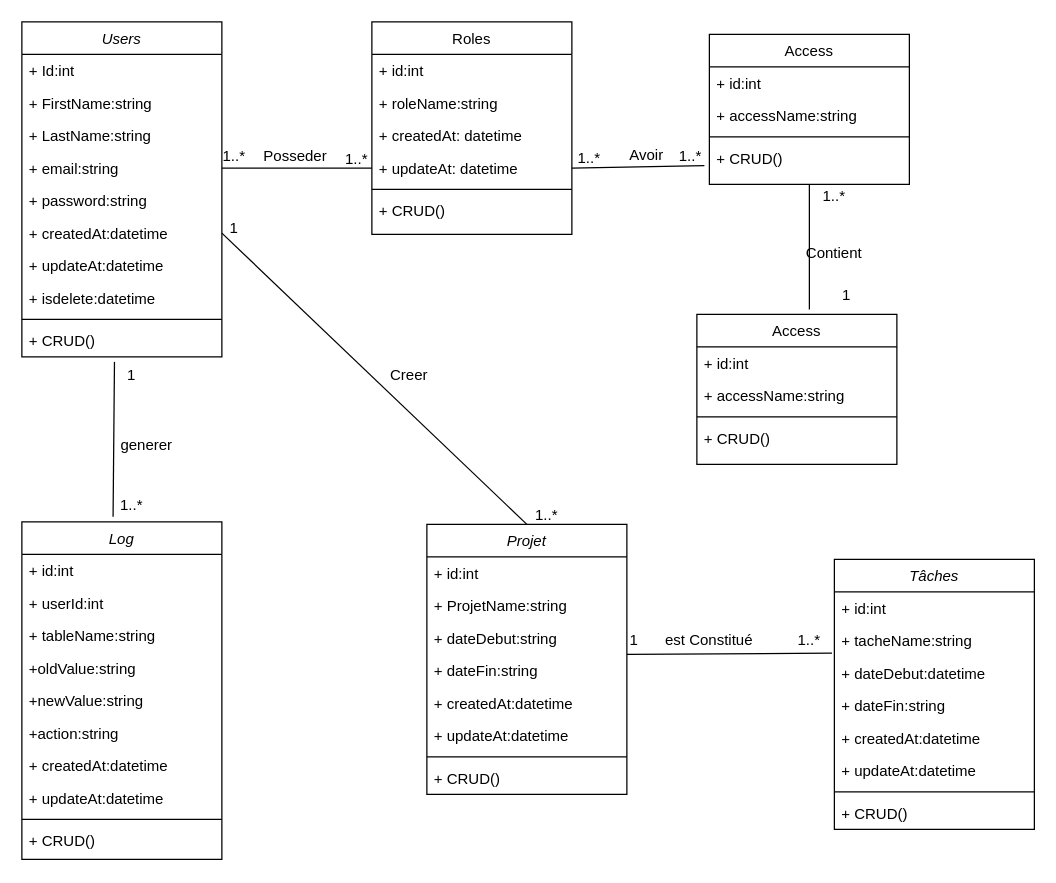
manuellaDouanla/symfonychat keeps this draw.io diagram as Diagramme sans nom.drawio. Above is the earlier version. Source tidied: cells renumbered, new cells numbered last; positions are measured from the earlier drawing's top-left corner, leaving out a move shared by most shapes. Both pictures are drawn from the tidied source at 125%, with x=0, y=0 at pixel (21, 21).
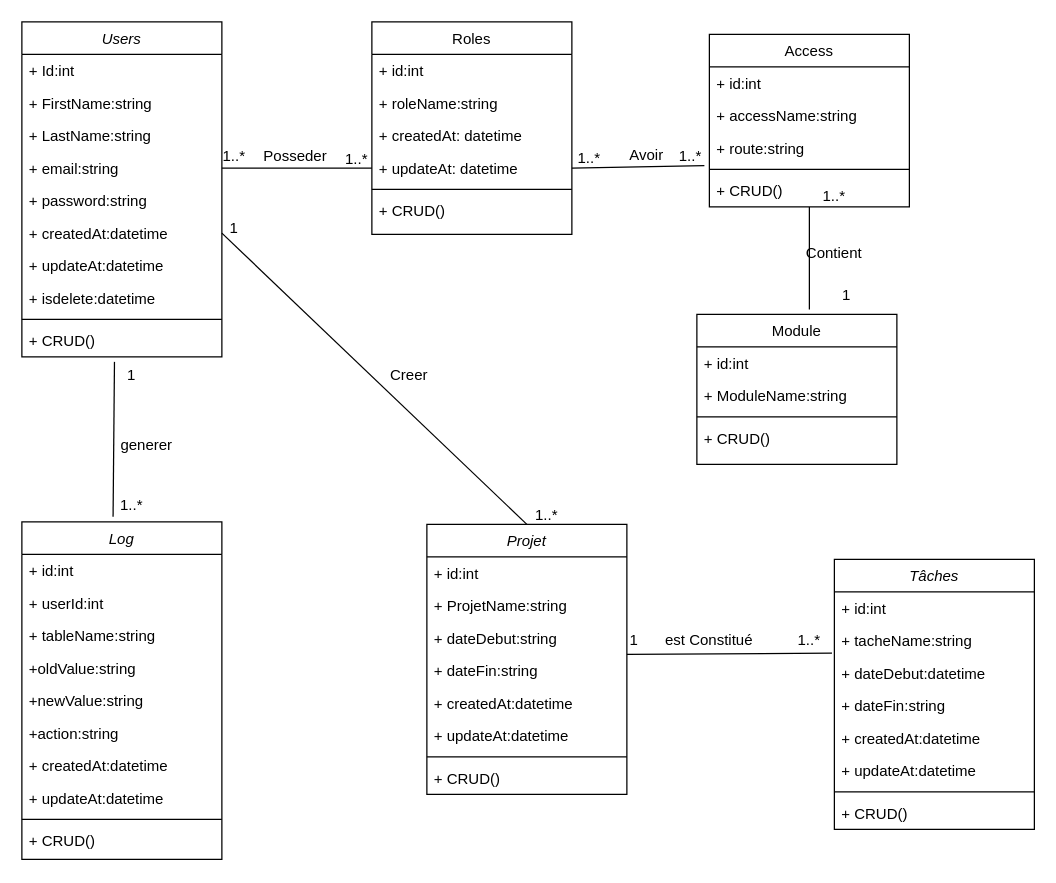
The same diagram, later.

Commit message:
Mettre à jour Diagramme patnuc cc.drawio

Diff of the diagram source:
```diff
@@
     <mxCell id="20" value="Access" style="swimlane;fontStyle=0;align=center;verticalAlign=top;horizontal=1;startSize=26;rounded=0;shadow=0;strokeWidth=1;" parent="1" vertex="1">
-      <mxGeometry x="550" y="10" width="160" height="120" as="geometry" />
+      <mxGeometry x="550" y="10" width="160" height="138" as="geometry" />
     </mxCell>
@@
+    <mxCell id="83" value="+ route:string" style="text;align=left;verticalAlign=top;spacingLeft=4;spacingRight=4;overflow=hidden;rounded=0;shadow=0;html=0;" parent="20" vertex="1">
+      <mxGeometry y="78" width="160" height="26" as="geometry" />
+    </mxCell>
     <mxCell id="23" style="line;html=1;strokeWidth=1;align=left;verticalAlign=middle;spacingTop=-1;spacingLeft=3;spacingRight=3;labelPosition=right;" parent="20" vertex="1">
-      <mxGeometry y="78" width="160" height="8" as="geometry" />
+      <mxGeometry y="104" width="160" height="8" as="geometry" />
     </mxCell>
     <mxCell id="24" value="+ CRUD()" style="text;align=left;verticalAlign=top;spacingLeft=4;spacingRight=4;overflow=hidden;" parent="20" vertex="1">
-      <mxGeometry y="86" width="160" height="26" as="geometry" />
+      <mxGeometry y="112" width="160" height="26" as="geometry" />
     </mxCell>
@@
-    <mxCell id="74" value="Access" style="swimlane;fontStyle=0;align=center;verticalAlign=top;horizontal=1;startSize=26;rounded=0;shadow=0;strokeWidth=1;" parent="1" vertex="1">
+    <mxCell id="74" value="Module" style="swimlane;fontStyle=0;align=center;verticalAlign=top;horizontal=1;startSize=26;rounded=0;shadow=0;strokeWidth=1;" parent="1" vertex="1">
       <mxGeometry x="540" y="234" width="160" height="120" as="geometry" />
     </mxCell>
@@
-    <mxCell id="76" value="+ accessName:string" style="text;align=left;verticalAlign=top;spacingLeft=4;spacingRight=4;overflow=hidden;rounded=0;shadow=0;html=0;" parent="74" vertex="1">
+    <mxCell id="76" value="+ ModuleName:string" style="text;align=left;verticalAlign=top;spacingLeft=4;spacingRight=4;overflow=hidden;rounded=0;shadow=0;html=0;" parent="74" vertex="1">
       <mxGeometry y="52" width="160" height="26" as="geometry" />
     </mxCell>
```
